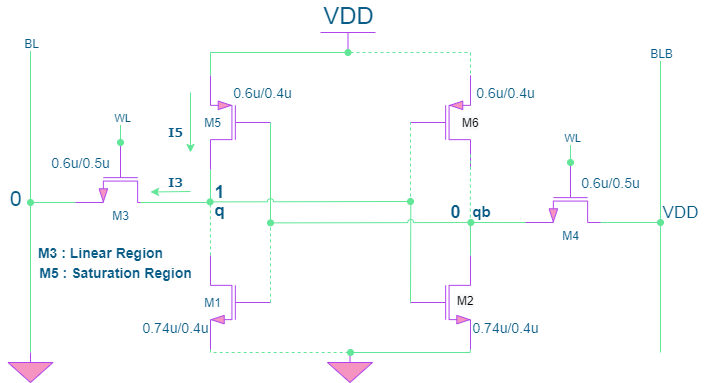
Khadgaray/6T_SRAM keeps this draw.io diagram as Images/write.png. Above is the earlier version. Source tidied: cells renumbered, new cells last; positions are measured from the earlier drawing's top-left corner, leaving out a move shared by most shapes.
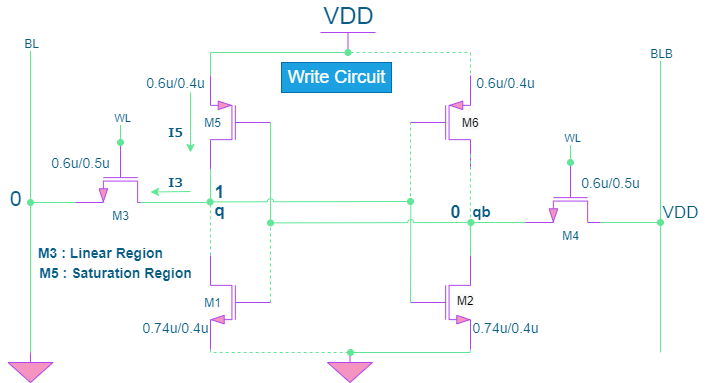
The same file after the commit.

The edit, as a diff of the source:
```diff
@@ -156,10 +156,10 @@
       <mxGeometry x="465" y="285" width="80" height="20" as="geometry" />
     </mxCell>
     <mxCell id="37" value="0.6u/0.4u" style="text;html=1;align=center;verticalAlign=middle;fillColor=none;strokeColor=none;rounded=0;fontSize=14;fontColor=#095C86;" parent="1" vertex="1">
-      <mxGeometry x="227" y="50" width="70" height="20" as="geometry" />
+      <mxGeometry x="140" y="40" width="70" height="20" as="geometry" />
     </mxCell>
     <mxCell id="38" value="0.6u/0.4u" style="text;html=1;align=center;verticalAlign=middle;fillColor=none;strokeColor=none;rounded=0;fontSize=14;fontColor=#095C86;" parent="1" vertex="1">
-      <mxGeometry x="470" y="50" width="70" height="20" as="geometry" />
+      <mxGeometry x="470" y="40" width="70" height="20" as="geometry" />
     </mxCell>
     <mxCell id="39" style="endArrow=none;html=1;entryX=1;entryY=1;entryDx=0;entryDy=0;entryPerimeter=0;strokeColor=#60E696;fontColor=#095C86;" parent="1" edge="1" target="2">
       <mxGeometry relative="1" as="geometry">
@@ -269,5 +269,8 @@
     <mxCell id="61" value="M3 : Linear Region" style="text;html=1;align=center;verticalAlign=middle;strokeColor=none;fontSize=14;fontColor=#095C86;fontStyle=1;" parent="1" vertex="1">
       <mxGeometry x="30" y="210" width="140" height="20" as="geometry" />
     </mxCell>
+    <mxCell id="62" value="&lt;font style=&quot;font-size: 18px&quot;&gt;Write Circuit&lt;/font&gt;" style="text;html=1;align=center;verticalAlign=middle;strokeColor=#006EAF;fillColor=#1ba1e2;fontColor=#ffffff;fontFamily=Helvetica;fontSize=18;" parent="1" vertex="1">
+      <mxGeometry x="281" y="30" width="110" height="30" as="geometry" />
+    </mxCell>
   </root>
 </mxGraphModel>
```
